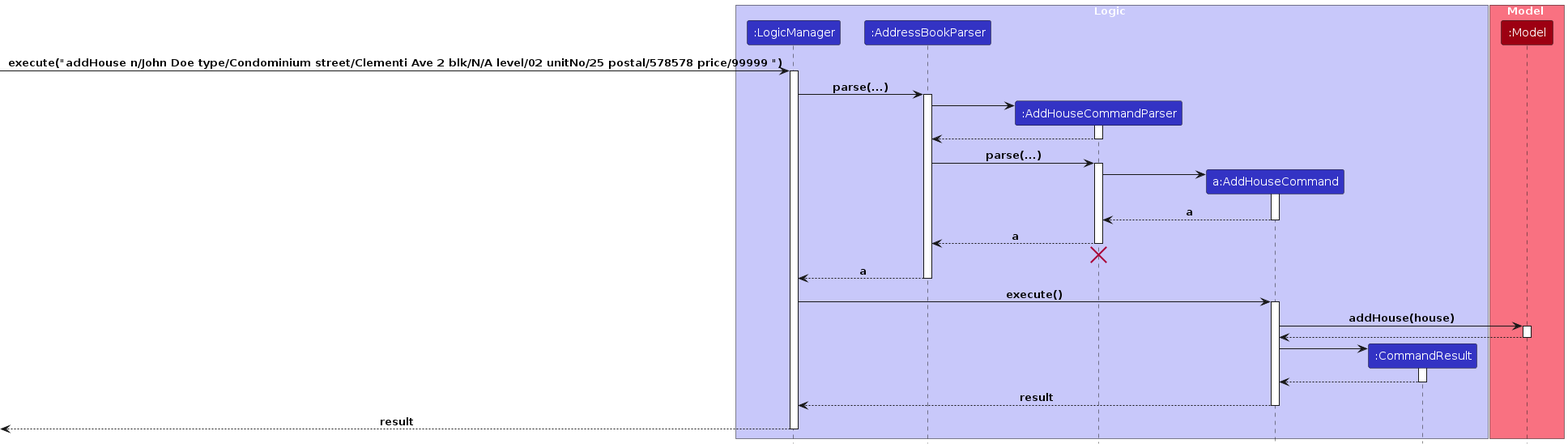
Above: diagrams/AddHouseSequenceDiagram-Logic.png in lokidoki102/tp (PlantUML), before the change. Its source is kept beside it as diagrams/AddHouseSequenceDiagram-Logic.puml.
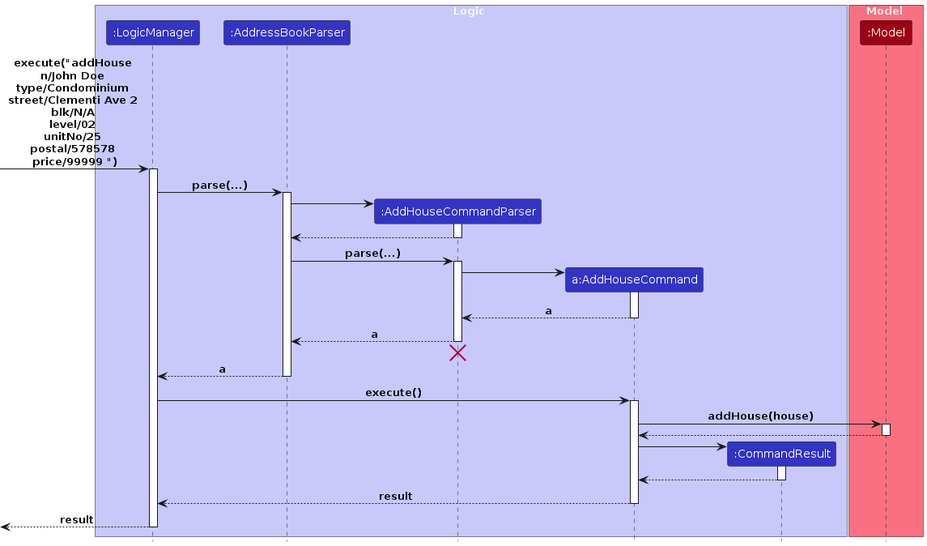
The same file after the commit.

Diff of the diagram source:
```diff
@@ -12,9 +12,8 @@
 box Model MODEL_COLOR_T1
 participant ":Model" as Model MODEL_COLOR
 end box
-
-[-> LogicManager : execute("addHouse n/John Doe type/Condominium \
-street/Clementi Ave 2 blk/N/A level/02 unitNo/25 postal/578578 price/99999 ")
+[-> LogicManager : execute("addHouse \nn/John Doe \ntype/Condominium \n\
+street/Clementi Ave 2 \nblk/N/A \nlevel/02 \nunitNo/25 \npostal/578578 \nprice/99999 ")
 activate LogicManager
 
 LogicManager -> AddressBookParser : parse(...)
```
